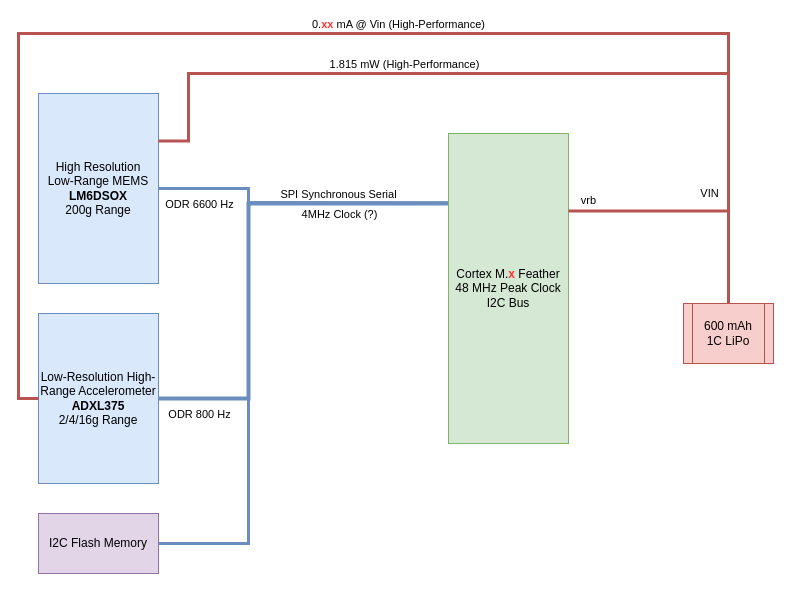
This is functionalblockdiagram-102722.drawio from ceugomez/wiigls, a draw.io file, before an edit. Source tidied: cells renumbered, new cells numbered last; positions are measured from the earlier drawing's top-left corner, leaving out a move shared by most shapes. Both pictures are drawn from the tidied source at 100%, with x=0, y=0 at pixel (18, 33).
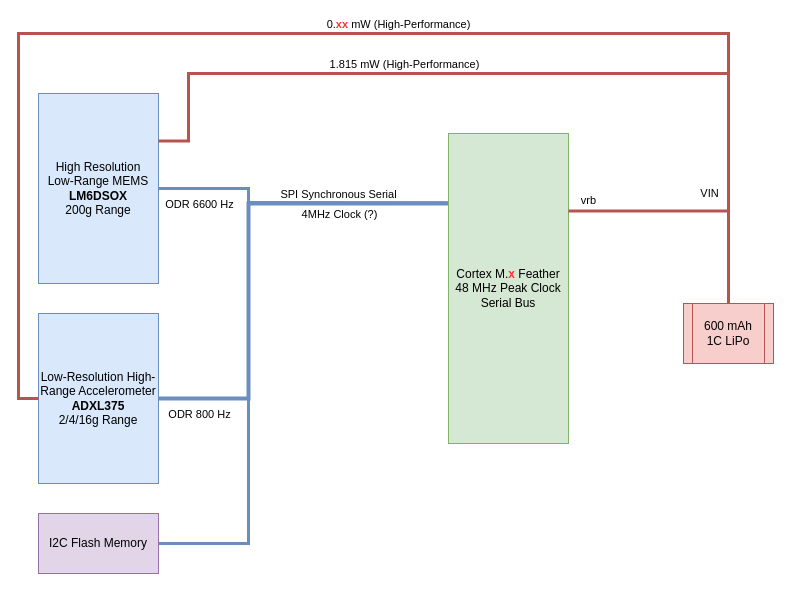
Above is the later version.

Unchanged cells that the change refers to:
```xml
<mxCell id="15" style="edgeStyle=orthogonalEdgeStyle;rounded=0;jettySize=auto;html=1;entryX=0;entryY=0.5;entryDx=0;entryDy=0;strokeWidth=3;endArrow=none;endFill=0;fillColor=#f8cecc;strokeColor=#b85450;" parent="1" edge="1" source="17" target="8">
  <mxGeometry relative="1" as="geometry">
    <Array as="points">
      <mxPoint x="710" />
      <mxPoint />
      <mxPoint y="365" />
    </Array>
  </mxGeometry>
</mxCell>
```

Change to the diagram source:
```diff
@@
-    <mxCell id="9" value="Cortex M.&lt;font color=&quot;#ff3333&quot;&gt;&lt;b&gt;x&lt;/b&gt;&lt;/font&gt; Feather&lt;br&gt;48 MHz Peak Clock&lt;br&gt;I2C Bus" style="rounded=0;whiteSpace=wrap;html=1;fillColor=#d5e8d4;strokeColor=#82b366;" parent="1" vertex="1">
+    <mxCell id="9" value="Cortex M.&lt;font color=&quot;#ff3333&quot;&gt;&lt;b&gt;x&lt;/b&gt;&lt;/font&gt; Feather&lt;br&gt;48 MHz Peak Clock&lt;br&gt;Serial Bus" style="rounded=0;whiteSpace=wrap;html=1;fillColor=#d5e8d4;strokeColor=#82b366;" parent="1" vertex="1">
       <mxGeometry x="430" y="100" width="120" height="310" as="geometry" />
     </mxCell>
@@
-    <mxCell id="16" value="0.&lt;font color=&quot;#ff3333&quot;&gt;&lt;b&gt;xx &lt;/b&gt;&lt;/font&gt;mA @ Vin (High-Performance)" style="edgeLabel;html=1;align=center;verticalAlign=middle;" parent="15" vertex="1">
+    <mxCell id="16" value="0.&lt;font color=&quot;#ff3333&quot;&gt;&lt;b&gt;xx &lt;/b&gt;&lt;/font&gt;mW (High-Performance)" style="edgeLabel;html=1;align=center;verticalAlign=middle;" parent="15" vertex="1">
       <mxGeometry x="0.01" relative="1" as="geometry">
         <mxPoint x="88" y="-10" as="offset" />
       </mxGeometry>
     </mxCell>
```
